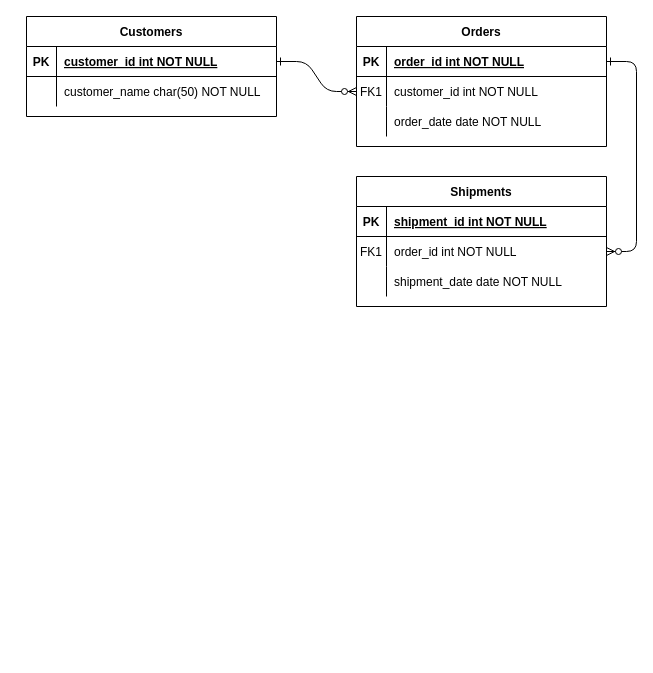
Before: Untitled Diagram.drawio in Ssegura09/ERDDiagram, a draw.io diagram. Source tidied: cells renumbered, new cells numbered last; positions are measured from the earlier drawing's top-left corner, leaving out a move shared by most shapes. Both pictures are drawn from the tidied source at 100%, with x=0, y=0 at pixel (26, 16).
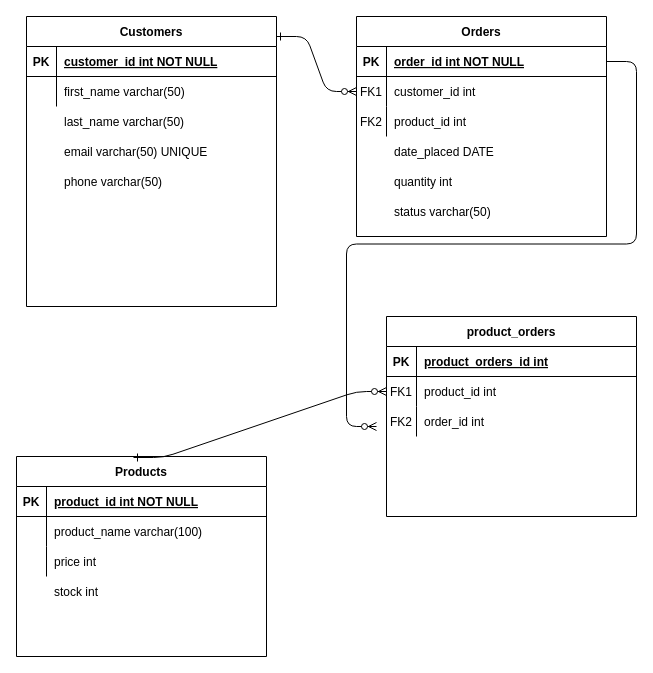
Above is the later version.

Unchanged cells that the change refers to:
```xml
<mxCell id="5" style="shape=partialRectangle;fillColor=none;points=[[0,0.5],[1,0.5]];portConstraint=eastwest;top=0;left=0;right=0;bottom=1;" parent="4" vertex="1">
  <mxGeometry y="30" width="250" height="30" as="geometry" />
</mxCell>
<mxCell id="8" style="shape=partialRectangle;fillColor=none;points=[[0,0.5],[1,0.5]];portConstraint=eastwest;top=0;left=0;right=0;bottom=0;" parent="4" vertex="1">
  <mxGeometry y="60" width="250" height="30" as="geometry" />
</mxCell>
<mxCell id="11" style="shape=partialRectangle;fillColor=none;top=0;left=0;right=0;bottom=0;" parent="4" vertex="1">
  <mxGeometry y="90" width="250" height="30" as="geometry" />
</mxCell>
<mxCell id="15" style="shape=partialRectangle;fillColor=none;top=0;left=0;right=0;bottom=1;" parent="14" vertex="1">
  <mxGeometry y="30" width="250" height="30" as="geometry" />
</mxCell>
<mxCell id="18" style="shape=partialRectangle;fillColor=none;points=[[0,0.5],[1,0.5]];portConstraint=eastwest;top=0;left=0;right=0;bottom=0;" parent="14" vertex="1">
  <mxGeometry y="60" width="250" height="30" as="geometry" />
</mxCell>
<mxCell id="21" style="shape=partialRectangle;fillColor=none;top=0;left=0;right=0;bottom=0;" parent="14" vertex="1">
  <mxGeometry y="90" width="250" height="30" as="geometry" />
</mxCell>
<mxCell id="25" style="shape=partialRectangle;fillColor=none;points=[[0,0.5],[1,0.5]];portConstraint=eastwest;top=0;left=0;right=0;bottom=1;" parent="24" vertex="1">
  <mxGeometry y="30" width="250" height="30" as="geometry" />
</mxCell>
<mxCell id="28" style="shape=partialRectangle;fillColor=none;top=0;left=0;right=0;bottom=0;" parent="24" vertex="1">
  <mxGeometry y="60" width="250" height="30" as="geometry" />
</mxCell>
```

What changed in the source:
```diff
@@
-    <mxCell id="2" style="edgeStyle=entityRelationEdgeStyle;endArrow=ERzeroToMany;startArrow=ERone;endFill=1;startFill=0;" parent="1" edge="1" source="25" target="8">
+    <mxCell id="2" style="edgeStyle=entityRelationEdgeStyle;endArrow=ERzeroToMany;startArrow=ERone;endFill=1;startFill=0;exitX=1;exitY=0.069;exitDx=0;exitDy=0;exitPerimeter=0;" parent="1" edge="1" source="24" target="8">
       <mxGeometry relative="1" as="geometry" />
     </mxCell>
-    <mxCell id="3" style="edgeStyle=entityRelationEdgeStyle;endArrow=ERzeroToMany;startArrow=ERone;endFill=1;startFill=0;" parent="1" edge="1" source="5" target="18">
-      <mxGeometry relative="1" as="geometry" />
-    </mxCell>
     <mxCell id="4" value="Orders" style="shape=table;startSize=30;childLayout=tableLayout;rowLines=0;fontStyle=1;align=center;" parent="1" vertex="1">
-      <mxGeometry x="330" width="250" height="130" as="geometry" />
+      <mxGeometry x="330" width="250" height="220" as="geometry" />
     </mxCell>
@@
-    <mxCell id="10" value="customer_id int NOT NULL" style="shape=partialRectangle;overflow=hidden;fillColor=none;top=0;left=0;bottom=0;right=0;align=left;spacingLeft=6;" parent="8" vertex="1">
+    <mxCell id="10" value="customer_id int" style="shape=partialRectangle;overflow=hidden;fillColor=none;top=0;left=0;bottom=0;right=0;align=left;spacingLeft=6;" parent="8" vertex="1">
       <mxGeometry x="30" width="220" height="30" as="geometry" />
     </mxCell>
@@
-    <mxCell id="12" style="shape=partialRectangle;overflow=hidden;fillColor=none;top=0;left=0;bottom=0;right=0;" parent="11" vertex="1">
+    <mxCell id="12" value="FK2" style="shape=partialRectangle;overflow=hidden;fillColor=none;top=0;left=0;bottom=0;right=0;" parent="11" vertex="1">
       <mxGeometry width="30" height="30" as="geometry" />
     </mxCell>
-    <mxCell id="13" value="order_date date NOT NULL" style="shape=partialRectangle;overflow=hidden;fillColor=none;top=0;left=0;bottom=0;right=0;align=left;spacingLeft=6;" parent="11" vertex="1">
+    <mxCell id="13" value="product_id int" style="shape=partialRectangle;overflow=hidden;fillColor=none;top=0;left=0;bottom=0;right=0;align=left;spacingLeft=6;" parent="11" vertex="1">
       <mxGeometry x="30" width="220" height="30" as="geometry" />
     </mxCell>
-    <mxCell id="14" value="Shipments" style="shape=table;startSize=30;childLayout=tableLayout;rowLines=0;fontStyle=1;align=center;" parent="1" vertex="1">
-      <mxGeometry x="330" y="160" width="250" height="130" as="geometry" />
+    <mxCell id="14" value="Products" style="shape=table;startSize=30;childLayout=tableLayout;rowLines=0;fontStyle=1;align=center;" parent="1" vertex="1">
+      <mxGeometry x="-10" y="440" width="250" height="200" as="geometry" />
     </mxCell>
@@
-    <mxCell id="17" value="shipment_id int NOT NULL " style="shape=partialRectangle;overflow=hidden;fillColor=none;top=0;left=0;bottom=0;right=0;align=left;spacingLeft=6;fontStyle=5;" parent="15" vertex="1">
+    <mxCell id="17" value="product_id int NOT NULL " style="shape=partialRectangle;overflow=hidden;fillColor=none;top=0;left=0;bottom=0;right=0;align=left;spacingLeft=6;fontStyle=5;" parent="15" vertex="1">
       <mxGeometry x="30" width="220" height="30" as="geometry" />
     </mxCell>
@@
-    <mxCell id="19" value="FK1" style="shape=partialRectangle;overflow=hidden;fillColor=none;top=0;left=0;bottom=0;right=0;" parent="18" vertex="1">
+    <mxCell id="19" style="shape=partialRectangle;overflow=hidden;fillColor=none;top=0;left=0;bottom=0;right=0;" parent="18" vertex="1">
       <mxGeometry width="30" height="30" as="geometry" />
     </mxCell>
-    <mxCell id="20" value="order_id int NOT NULL" style="shape=partialRectangle;overflow=hidden;fillColor=none;top=0;left=0;bottom=0;right=0;align=left;spacingLeft=6;" parent="18" vertex="1">
+    <mxCell id="20" value="product_name varchar(100)" style="shape=partialRectangle;overflow=hidden;fillColor=none;top=0;left=0;bottom=0;right=0;align=left;spacingLeft=6;" parent="18" vertex="1">
       <mxGeometry x="30" width="220" height="30" as="geometry" />
     </mxCell>
@@
-    <mxCell id="23" value="shipment_date date NOT NULL" style="shape=partialRectangle;overflow=hidden;fillColor=none;top=0;left=0;bottom=0;right=0;align=left;spacingLeft=6;" parent="21" vertex="1">
+    <mxCell id="23" value="price int" style="shape=partialRectangle;overflow=hidden;fillColor=none;top=0;left=0;bottom=0;right=0;align=left;spacingLeft=6;" parent="21" vertex="1">
       <mxGeometry x="30" width="220" height="30" as="geometry" />
     </mxCell>
     <mxCell id="24" value="Customers" style="shape=table;startSize=30;childLayout=tableLayout;rowLines=0;fontStyle=1;align=center;" parent="1" vertex="1">
-      <mxGeometry width="250" height="100" as="geometry" />
+      <mxGeometry width="250" height="290" as="geometry" />
     </mxCell>
@@
-    <mxCell id="30" value="customer_name char(50) NOT NULL" style="shape=partialRectangle;overflow=hidden;fillColor=none;top=0;left=0;bottom=0;right=0;align=left;spacingLeft=6;" parent="28" vertex="1">
+    <mxCell id="30" value="first_name varchar(50)" style="shape=partialRectangle;overflow=hidden;fillColor=none;top=0;left=0;bottom=0;right=0;align=left;spacingLeft=6;" parent="28" vertex="1">
       <mxGeometry x="30" width="220" height="30" as="geometry" />
     </mxCell>
+    <mxCell id="31" style="shape=partialRectangle;fillColor=none;top=0;left=0;right=0;bottom=0;" parent="1" vertex="1">
+      <mxGeometry x="330" y="120" width="250" height="30" as="geometry" />
+    </mxCell>
+    <mxCell id="32" style="shape=partialRectangle;overflow=hidden;fillColor=none;top=0;left=0;bottom=0;right=0;" parent="31" vertex="1">
+      <mxGeometry width="30" height="30" as="geometry" />
+    </mxCell>
+    <mxCell id="33" value="date_placed DATE" style="shape=partialRectangle;overflow=hidden;fillColor=none;top=0;left=0;bottom=0;right=0;align=left;spacingLeft=6;" parent="31" vertex="1">
+      <mxGeometry x="30" width="220" height="30" as="geometry" />
+    </mxCell>
+    <mxCell id="34" style="shape=partialRectangle;fillColor=none;top=0;left=0;right=0;bottom=0;" parent="1" vertex="1">
+      <mxGeometry x="330" y="150" width="250" height="30" as="geometry" />
+    </mxCell>
+    <mxCell id="35" style="shape=partialRectangle;overflow=hidden;fillColor=none;top=0;left=0;bottom=0;right=0;" parent="34" vertex="1">
+      <mxGeometry width="30" height="30" as="geometry" />
+    </mxCell>
+    <mxCell id="36" value="quantity int" style="shape=partialRectangle;overflow=hidden;fillColor=none;top=0;left=0;bottom=0;right=0;align=left;spacingLeft=6;" parent="34" vertex="1">
+      <mxGeometry x="30" width="220" height="30" as="geometry" />
+    </mxCell>
+    <mxCell id="37" style="shape=partialRectangle;fillColor=none;top=0;left=0;right=0;bottom=0;" parent="1" vertex="1">
+      <mxGeometry x="330" y="180" width="250" height="30" as="geometry" />
+    </mxCell>
+    <mxCell id="38" style="shape=partialRectangle;overflow=hidden;fillColor=none;top=0;left=0;bottom=0;right=0;" parent="37" vertex="1">
+      <mxGeometry width="30" height="30" as="geometry" />
+    </mxCell>
+    <mxCell id="39" value="status varchar(50)" style="shape=partialRectangle;overflow=hidden;fillColor=none;top=0;left=0;bottom=0;right=0;align=left;spacingLeft=6;" parent="37" vertex="1">
+      <mxGeometry x="30" width="220" height="30" as="geometry" />
+    </mxCell>
+    <mxCell id="40" style="shape=partialRectangle;fillColor=none;top=0;left=0;right=0;bottom=0;" parent="1" vertex="1">
+      <mxGeometry x="-10" y="560" width="250" height="30" as="geometry" />
+    </mxCell>
+    <mxCell id="41" style="shape=partialRectangle;overflow=hidden;fillColor=none;top=0;left=0;bottom=0;right=0;" parent="40" vertex="1">
+      <mxGeometry width="30" height="30" as="geometry" />
+    </mxCell>
+    <mxCell id="42" value="stock int" style="shape=partialRectangle;overflow=hidden;fillColor=none;top=0;left=0;bottom=0;right=0;align=left;spacingLeft=6;" parent="40" vertex="1">
+      <mxGeometry x="30" width="220" height="30" as="geometry" />
+    </mxCell>
+    <mxCell id="43" value="last_name varchar(50)" style="shape=partialRectangle;overflow=hidden;fillColor=none;top=0;left=0;bottom=0;right=0;align=left;spacingLeft=6;" parent="1" vertex="1">
+      <mxGeometry x="30" y="90" width="220" height="30" as="geometry" />
+    </mxCell>
+    <mxCell id="44" value="email varchar(50) UNIQUE" style="shape=partialRectangle;overflow=hidden;fillColor=none;top=0;left=0;bottom=0;right=0;align=left;spacingLeft=6;" parent="1" vertex="1">
+      <mxGeometry x="30" y="120" width="220" height="30" as="geometry" />
+    </mxCell>
+    <mxCell id="45" value="phone varchar(50)" style="shape=partialRectangle;overflow=hidden;fillColor=none;top=0;left=0;bottom=0;right=0;align=left;spacingLeft=6;" parent="1" vertex="1">
+      <mxGeometry x="30" y="150" width="220" height="30" as="geometry" />
+    </mxCell>
+    <mxCell id="46" value="product_orders" style="shape=table;startSize=30;childLayout=tableLayout;rowLines=0;fontStyle=1;align=center;" parent="1" vertex="1">
+      <mxGeometry x="360" y="300" width="250" height="200" as="geometry" />
+    </mxCell>
+    <mxCell id="47" style="shape=partialRectangle;fillColor=none;top=0;left=0;right=0;bottom=1;" parent="46" vertex="1">
+      <mxGeometry y="30" width="250" height="30" as="geometry" />
+    </mxCell>
+    <mxCell id="48" value="PK" style="shape=partialRectangle;overflow=hidden;fillColor=none;top=0;left=0;bottom=0;right=0;fontStyle=1;" parent="47" vertex="1">
+      <mxGeometry width="30" height="30" as="geometry" />
+    </mxCell>
+    <mxCell id="49" value="product_orders_id int" style="shape=partialRectangle;overflow=hidden;fillColor=none;top=0;left=0;bottom=0;right=0;align=left;spacingLeft=6;fontStyle=5;" parent="47" vertex="1">
+      <mxGeometry x="30" width="220" height="30" as="geometry" />
+    </mxCell>
+    <mxCell id="50" style="shape=partialRectangle;fillColor=none;points=[[0,0.5],[1,0.5]];portConstraint=eastwest;top=0;left=0;right=0;bottom=0;" parent="46" vertex="1">
+      <mxGeometry y="60" width="250" height="30" as="geometry" />
+    </mxCell>
+    <mxCell id="51" value="FK1" style="shape=partialRectangle;overflow=hidden;fillColor=none;top=0;left=0;bottom=0;right=0;" parent="50" vertex="1">
+      <mxGeometry width="30" height="30" as="geometry" />
+    </mxCell>
+    <mxCell id="52" value="product_id int" style="shape=partialRectangle;overflow=hidden;fillColor=none;top=0;left=0;bottom=0;right=0;align=left;spacingLeft=6;" parent="50" vertex="1">
+      <mxGeometry x="30" width="220" height="30" as="geometry" />
+    </mxCell>
+    <mxCell id="53" style="shape=partialRectangle;fillColor=none;top=0;left=0;right=0;bottom=0;" parent="46" vertex="1">
+      <mxGeometry y="90" width="250" height="30" as="geometry" />
+    </mxCell>
+    <mxCell id="54" value="FK2" style="shape=partialRectangle;overflow=hidden;fillColor=none;top=0;left=0;bottom=0;right=0;" parent="53" vertex="1">
+      <mxGeometry width="30" height="30" as="geometry" />
+    </mxCell>
+    <mxCell id="55" value="order_id int" style="shape=partialRectangle;overflow=hidden;fillColor=none;top=0;left=0;bottom=0;right=0;align=left;spacingLeft=6;" parent="53" vertex="1">
+      <mxGeometry x="30" width="220" height="30" as="geometry" />
+    </mxCell>
+    <mxCell id="56" style="edgeStyle=entityRelationEdgeStyle;endArrow=ERzeroToMany;startArrow=ERone;endFill=1;startFill=0;exitX=0.468;exitY=0.005;exitDx=0;exitDy=0;exitPerimeter=0;entryX=0;entryY=0.5;entryDx=0;entryDy=0;" parent="1" edge="1" source="14" target="50">
+      <mxGeometry relative="1" as="geometry" />
+    </mxCell>
+    <mxCell id="57" style="edgeStyle=entityRelationEdgeStyle;fontSize=12;html=1;endArrow=ERzeroToMany;endFill=1;" parent="1" edge="1" source="5">
+      <mxGeometry relative="1" as="geometry">
+        <mxPoint x="350" y="410" as="targetPoint" />
+      </mxGeometry>
+    </mxCell>
```
